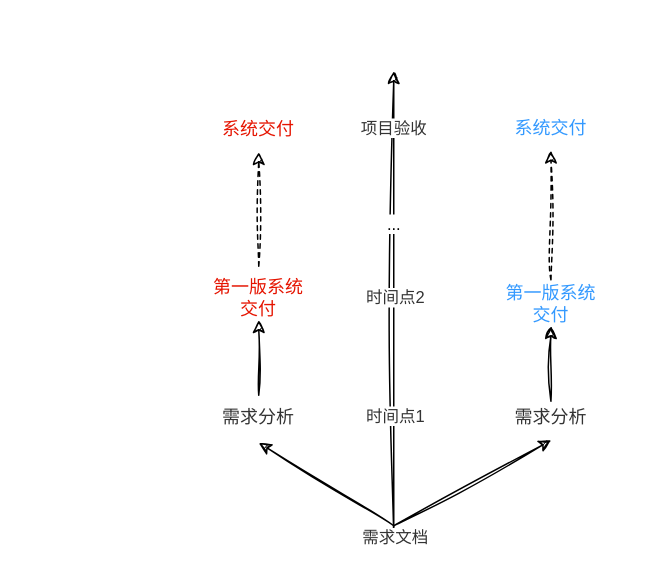
Above: 低代码—交付速度—预期.drawio in tangyaosimida/love (draw.io), before the change. Source tidied: cells renumbered, new cells numbered last; positions are measured from the earlier drawing's top-left corner, leaving out a move shared by most shapes. Both pictures are drawn from the tidied source at 150%, with x=0, y=0 at pixel (206, 70).
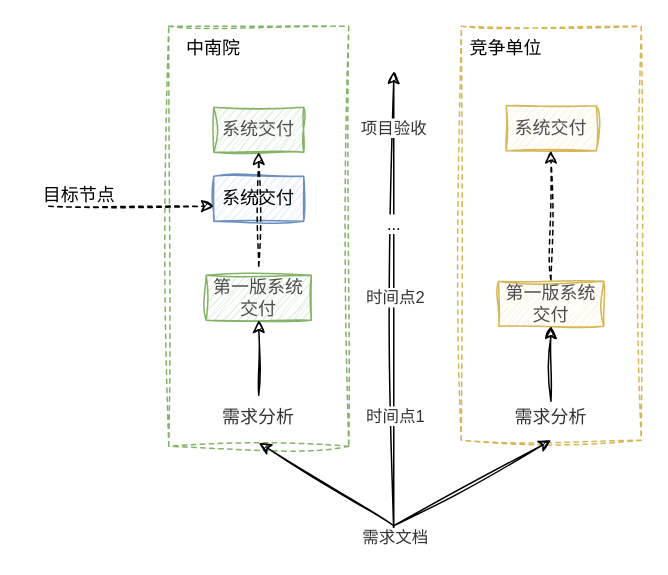
After the change.

Commit message:
更新低代码—交付速度—预期.drawio

The edit, as a diff of the source:
```diff
@@
+    <mxCell id="20" value="系统交付" style="text;html=1;align=center;verticalAlign=middle;whiteSpace=wrap;rounded=0;fillColor=#dae8fc;strokeColor=#6c8ebf;sketch=1;curveFitting=1;jiggle=2;" parent="1" vertex="1">
+      <mxGeometry x="5" y="70" width="60" height="30" as="geometry" />
+    </mxCell>
+    <mxCell id="21" style="rounded=0;whiteSpace=wrap;html=1;fillColor=none;dashed=1;strokeColor=#d6b656;sketch=1;curveFitting=1;jiggle=2;" parent="1" vertex="1">
+      <mxGeometry x="170" y="-30" width="120" height="276" as="geometry" />
+    </mxCell>
+    <mxCell id="22" style="rounded=0;whiteSpace=wrap;html=1;fillColor=none;dashed=1;strokeColor=#82b366;sketch=1;curveFitting=1;jiggle=2;" parent="1" vertex="1">
+      <mxGeometry x="-25" y="-30" width="120" height="280" as="geometry" />
+    </mxCell>
@@
-    <mxCell id="10" value="第一版系统交付" style="text;html=1;align=center;verticalAlign=middle;whiteSpace=wrap;rounded=0;fontColor=#E51400;" parent="1" vertex="1">
+    <mxCell id="10" value="第一版系统交付" style="text;html=1;align=center;verticalAlign=middle;whiteSpace=wrap;rounded=0;fillColor=#d5e8d4;strokeColor=#82b366;fontColor=#4D4D4D;sketch=1;curveFitting=1;jiggle=2;" parent="1" vertex="1">
       <mxGeometry y="136" width="70" height="30" as="geometry" />
     </mxCell>
-    <mxCell id="11" value="第一版系统交付" style="text;html=1;align=center;verticalAlign=middle;whiteSpace=wrap;rounded=0;fontColor=#3399FF;" parent="1" vertex="1">
+    <mxCell id="11" value="第一版系统交付" style="text;html=1;align=center;verticalAlign=middle;whiteSpace=wrap;rounded=0;fillColor=#fff2cc;strokeColor=#d6b656;fontColor=#4D4D4D;sketch=1;curveFitting=1;jiggle=2;" parent="1" vertex="1">
       <mxGeometry x="195" y="140" width="70" height="30" as="geometry" />
     </mxCell>
@@
-    <mxCell id="16" value="系统交付" style="text;html=1;align=center;verticalAlign=middle;whiteSpace=wrap;rounded=0;fontColor=#E51400;" parent="1" vertex="1">
+    <mxCell id="16" value="系统交付" style="text;html=1;align=center;verticalAlign=middle;whiteSpace=wrap;rounded=0;fillColor=#d5e8d4;strokeColor=#82b366;fontColor=#4D4D4D;sketch=1;curveFitting=1;jiggle=2;" parent="1" vertex="1">
       <mxGeometry x="5" y="24" width="60" height="30" as="geometry" />
     </mxCell>
-    <mxCell id="17" value="系统交付" style="text;html=1;align=center;verticalAlign=middle;whiteSpace=wrap;rounded=0;fontColor=#3399FF;" parent="1" vertex="1">
+    <mxCell id="17" value="系统交付" style="text;html=1;align=center;verticalAlign=middle;whiteSpace=wrap;rounded=0;fillColor=#fff2cc;strokeColor=#d6b656;fontColor=#4D4D4D;sketch=1;curveFitting=1;jiggle=2;" parent="1" vertex="1">
       <mxGeometry x="200" y="23" width="60" height="30" as="geometry" />
     </mxCell>
@@
+    <mxCell id="23" value="中南院" style="text;html=1;align=center;verticalAlign=middle;whiteSpace=wrap;rounded=0;" parent="1" vertex="1">
+      <mxGeometry x="-25" y="-30" width="60" height="30" as="geometry" />
+    </mxCell>
+    <mxCell id="24" value="竞争单位" style="text;html=1;align=center;verticalAlign=middle;whiteSpace=wrap;rounded=0;" parent="1" vertex="1">
+      <mxGeometry x="170" y="-30" width="60" height="30" as="geometry" />
+    </mxCell>
+    <mxCell id="25" style="endArrow=classic;html=1;rounded=0;dashed=1;sketch=1;curveFitting=1;jiggle=2;" parent="1" edge="1">
+      <mxGeometry relative="1" as="geometry">
+        <mxPoint x="-105" y="90" as="sourcePoint" />
+        <mxPoint x="5" y="90" as="targetPoint" />
+      </mxGeometry>
+    </mxCell>
+    <mxCell id="26" value="目标节点" style="text;html=1;align=center;verticalAlign=middle;strokeColor=none;fillColor=none;sketch=1;curveFitting=1;jiggle=2;" parent="1" vertex="1">
+      <mxGeometry x="-120" y="68" width="70" height="30" as="geometry" />
+    </mxCell>
```
